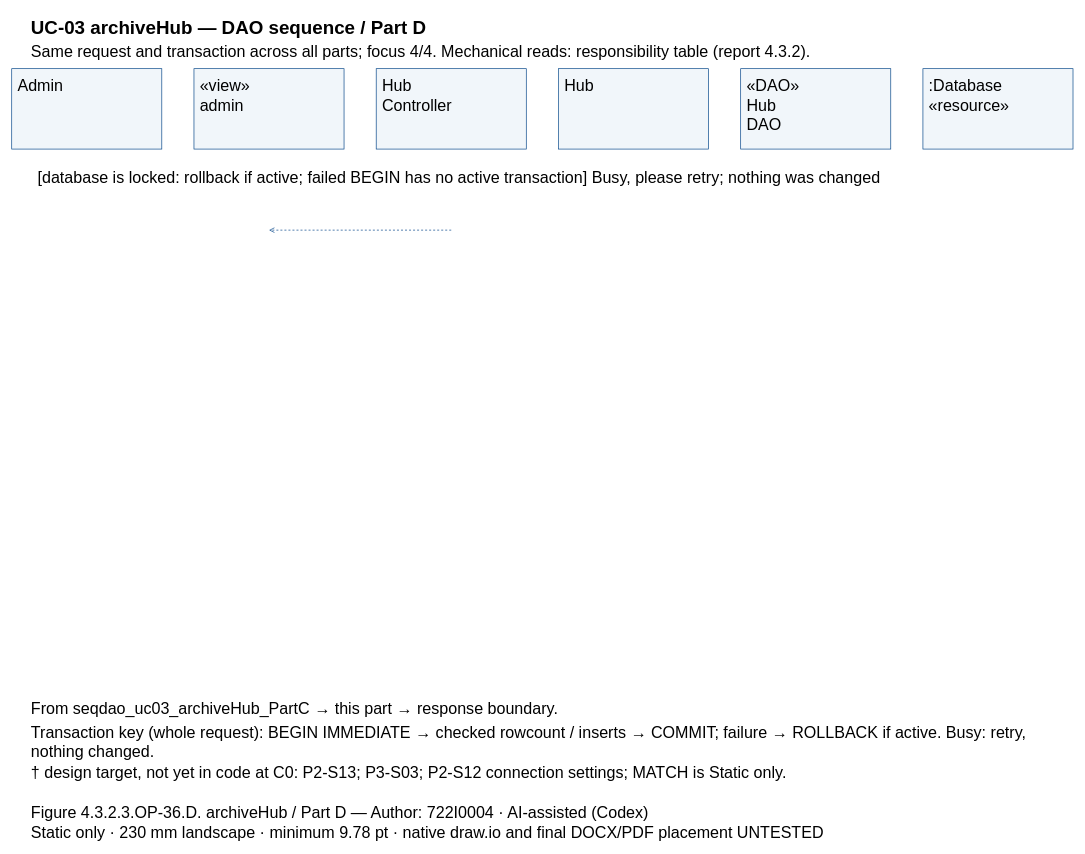
Above: models/UC-03/seqdao_uc03_archiveHub_PartD.drawio in Dat071104/SaigonBite (draw.io), before the change. Source tidied: cells renumbered, new cells numbered last; positions are measured from the earlier drawing's top-left corner, leaving out a move shared by most shapes. Both pictures are drawn from the tidied source at 67%, with x=0, y=0 at pixel (11, 11).
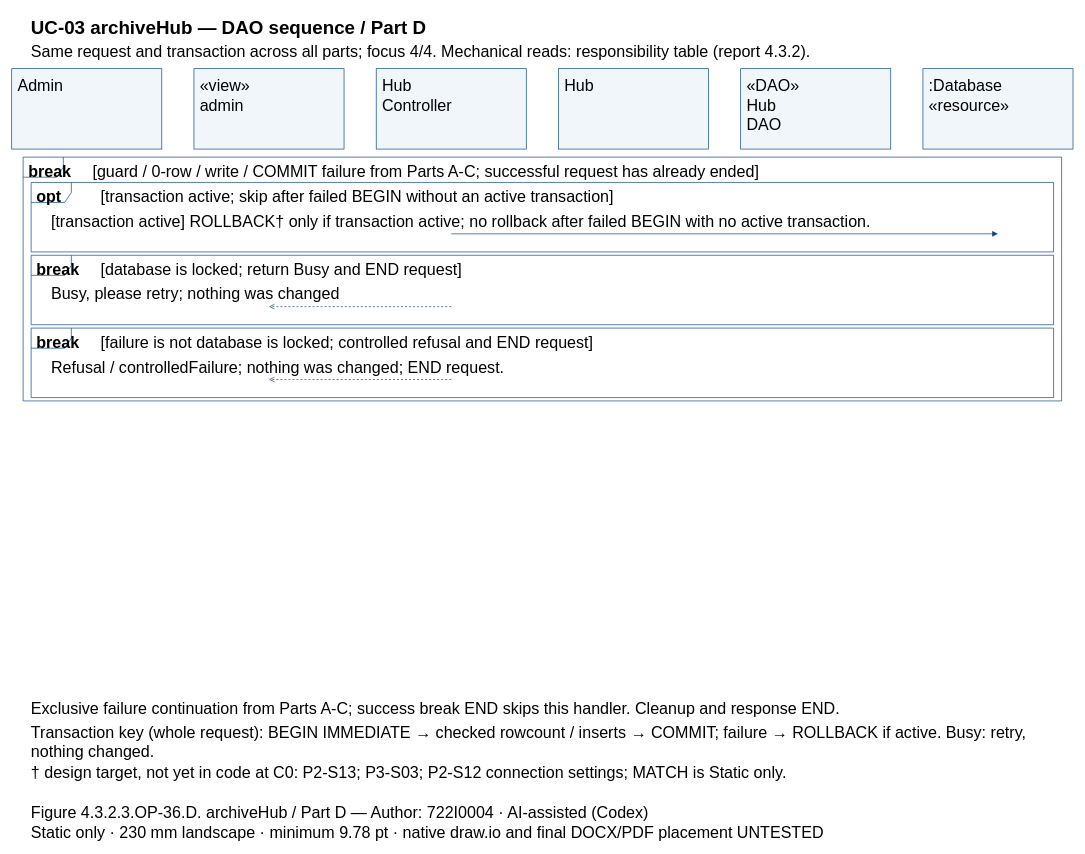
After the change.

The edit, as a diff of the source:
```diff
@@
+    <mxCell id="25" style="shape=umlFrame;fillColor=none;strokeColor=#004387;" parent="1" vertex="1">
+      <mxGeometry x="17" y="217" width="1550" height="363.9" as="geometry" />
+    </mxCell>
+    <mxCell id="26" style="shape=umlFrame;fillColor=none;strokeColor=#004387;" parent="1" vertex="1">
+      <mxGeometry x="29" y="254.8" width="1526" height="103.7" as="geometry" />
+    </mxCell>
+    <mxCell id="27" style="shape=umlFrame;fillColor=none;strokeColor=#004387;" parent="1" vertex="1">
+      <mxGeometry x="29" y="363.5" width="1526" height="103.7" as="geometry" />
+    </mxCell>
+    <mxCell id="28" style="shape=umlFrame;fillColor=none;strokeColor=#004387;" parent="1" vertex="1">
+      <mxGeometry x="29" y="472.2" width="1526" height="103.7" as="geometry" />
+    </mxCell>
@@
-    <mxCell id="5" value="Admin" style="text;html=0;whiteSpace=wrap;align=left;verticalAlign=top;strokeColor=none;fillColor=none;fontFamily=Arial;fontSize=24;fontStyle=0;" parent="1" vertex="1">
-      <mxGeometry x="7" y="90" width="210" height="27.8" as="geometry" />
-    </mxCell>
+    <mxCell id="9" value="Admin" style="text;html=0;whiteSpace=wrap;align=left;verticalAlign=top;strokeColor=none;fillColor=none;fontFamily=Arial;fontSize=24;fontStyle=0;" parent="1" vertex="1">
+      <mxGeometry x="7" y="90" width="210" height="27.8" as="geometry" />
+    </mxCell>
@@
-    <mxCell id="7" value="«view»&#10;admin" style="text;html=0;whiteSpace=wrap;align=left;verticalAlign=top;strokeColor=none;fillColor=none;fontFamily=Arial;fontSize=24;fontStyle=0;" parent="1" vertex="1">
-      <mxGeometry x="279" y="90" width="210" height="55.7" as="geometry" />
-    </mxCell>
+    <mxCell id="11" value="«view»&#10;admin" style="text;html=0;whiteSpace=wrap;align=left;verticalAlign=top;strokeColor=none;fillColor=none;fontFamily=Arial;fontSize=24;fontStyle=0;" parent="1" vertex="1">
+      <mxGeometry x="279" y="90" width="210" height="55.7" as="geometry" />
+    </mxCell>
@@
-    <mxCell id="9" value="Hub&#10;Controller" style="text;html=0;whiteSpace=wrap;align=left;verticalAlign=top;strokeColor=none;fillColor=none;fontFamily=Arial;fontSize=24;fontStyle=0;" parent="1" vertex="1">
-      <mxGeometry x="551" y="90" width="210" height="55.7" as="geometry" />
-    </mxCell>
+    <mxCell id="13" value="Hub&#10;Controller" style="text;html=0;whiteSpace=wrap;align=left;verticalAlign=top;strokeColor=none;fillColor=none;fontFamily=Arial;fontSize=24;fontStyle=0;" parent="1" vertex="1">
+      <mxGeometry x="551" y="90" width="210" height="55.7" as="geometry" />
+    </mxCell>
@@
-    <mxCell id="11" value="Hub" style="text;html=0;whiteSpace=wrap;align=left;verticalAlign=top;strokeColor=none;fillColor=none;fontFamily=Arial;fontSize=24;fontStyle=0;" parent="1" vertex="1">
-      <mxGeometry x="823" y="90" width="210" height="27.8" as="geometry" />
-    </mxCell>
+    <mxCell id="15" value="Hub" style="text;html=0;whiteSpace=wrap;align=left;verticalAlign=top;strokeColor=none;fillColor=none;fontFamily=Arial;fontSize=24;fontStyle=0;" parent="1" vertex="1">
+      <mxGeometry x="823" y="90" width="210" height="27.8" as="geometry" />
+    </mxCell>
@@
-    <mxCell id="13" value="«DAO»&#10;Hub&#10;DAO" style="text;html=0;whiteSpace=wrap;align=left;verticalAlign=top;strokeColor=none;fillColor=none;fontFamily=Arial;fontSize=24;fontStyle=0;" parent="1" vertex="1">
-      <mxGeometry x="1095" y="90" width="210" height="83.5" as="geometry" />
-    </mxCell>
+    <mxCell id="29" value="«DAO»&#10;Hub&#10;DAO" style="text;html=0;whiteSpace=wrap;align=left;verticalAlign=top;strokeColor=none;fillColor=none;fontFamily=Arial;fontSize=24;fontStyle=0;" parent="1" vertex="1">
+      <mxGeometry x="1095" y="90" width="210" height="83.5" as="geometry" />
+    </mxCell>
@@
-    <mxCell id="15" value=":Database&#10;«resource»" style="text;html=0;whiteSpace=wrap;align=left;verticalAlign=top;strokeColor=none;fillColor=none;fontFamily=Arial;fontSize=24;fontStyle=0;" parent="1" vertex="1">
-      <mxGeometry x="1367" y="90" width="210" height="55.7" as="geometry" />
-    </mxCell>
-    <mxCell id="16" value="[database is locked: rollback if active; failed BEGIN has no active transaction] Busy, please retry; nothing was changed" style="text;html=0;whiteSpace=wrap;align=left;verticalAlign=top;strokeColor=none;fillColor=none;fontFamily=Arial;fontSize=24;fontStyle=0;" parent="1" vertex="1">
-      <mxGeometry x="37" y="227" width="1510" height="27.8" as="geometry" />
-    </mxCell>
+    <mxCell id="21" value=":Database&#10;«resource»" style="text;html=0;whiteSpace=wrap;align=left;verticalAlign=top;strokeColor=none;fillColor=none;fontFamily=Arial;fontSize=24;fontStyle=0;" parent="1" vertex="1">
+      <mxGeometry x="1367" y="90" width="210" height="55.7" as="geometry" />
+    </mxCell>
+    <mxCell id="30" value="break" style="text;html=0;whiteSpace=wrap;align=left;verticalAlign=top;strokeColor=none;fillColor=none;fontFamily=Arial;fontSize=24;fontStyle=1;" parent="1" vertex="1">
+      <mxGeometry x="23" y="218" width="84" height="27.8" as="geometry" />
+    </mxCell>
+    <mxCell id="31" value="[guard / 0-row / write / COMMIT failure from Parts A-C; successful request has already ended]" style="text;html=0;whiteSpace=wrap;align=left;verticalAlign=top;strokeColor=none;fillColor=none;fontFamily=Arial;fontSize=24;fontStyle=0;" parent="1" vertex="1">
+      <mxGeometry x="119" y="218" width="1438" height="27.8" as="geometry" />
+    </mxCell>
+    <mxCell id="32" value="opt" style="text;html=0;whiteSpace=wrap;align=left;verticalAlign=top;strokeColor=none;fillColor=none;fontFamily=Arial;fontSize=24;fontStyle=1;" parent="1" vertex="1">
+      <mxGeometry x="35" y="255.8" width="84" height="27.8" as="geometry" />
+    </mxCell>
+    <mxCell id="33" value="[transaction active; skip after failed BEGIN without an active transaction]" style="text;html=0;whiteSpace=wrap;align=left;verticalAlign=top;strokeColor=none;fillColor=none;fontFamily=Arial;fontSize=24;fontStyle=0;" parent="1" vertex="1">
+      <mxGeometry x="131" y="255.8" width="1414" height="27.8" as="geometry" />
+    </mxCell>
+    <mxCell id="34" value="break" style="text;html=0;whiteSpace=wrap;align=left;verticalAlign=top;strokeColor=none;fillColor=none;fontFamily=Arial;fontSize=24;fontStyle=1;" parent="1" vertex="1">
+      <mxGeometry x="35" y="364.5" width="84" height="27.8" as="geometry" />
+    </mxCell>
+    <mxCell id="35" value="[database is locked; return Busy and END request]" style="text;html=0;whiteSpace=wrap;align=left;verticalAlign=top;strokeColor=none;fillColor=none;fontFamily=Arial;fontSize=24;fontStyle=0;" parent="1" vertex="1">
+      <mxGeometry x="131" y="364.5" width="1414" height="27.8" as="geometry" />
+    </mxCell>
+    <mxCell id="36" value="break" style="text;html=0;whiteSpace=wrap;align=left;verticalAlign=top;strokeColor=none;fillColor=none;fontFamily=Arial;fontSize=24;fontStyle=1;" parent="1" vertex="1">
+      <mxGeometry x="35" y="473.2" width="84" height="27.8" as="geometry" />
+    </mxCell>
+    <mxCell id="37" value="[failure is not database is locked; controlled refusal and END request]" style="text;html=0;whiteSpace=wrap;align=left;verticalAlign=top;strokeColor=none;fillColor=none;fontFamily=Arial;fontSize=24;fontStyle=0;" parent="1" vertex="1">
+      <mxGeometry x="131" y="473.2" width="1414" height="27.8" as="geometry" />
+    </mxCell>
+    <mxCell id="38" value="[transaction active] ROLLBACK† only if transaction active; no rollback after failed BEGIN with no active transaction." style="text;html=0;whiteSpace=wrap;align=left;verticalAlign=top;strokeColor=none;fillColor=none;fontFamily=Arial;fontSize=24;fontStyle=0;" parent="1" vertex="1">
+      <mxGeometry x="57" y="292.7" width="1470" height="27.8" as="geometry" />
+    </mxCell>
     <mxCell id="17" style="opacity=0;" parent="1" vertex="1">
-      <mxGeometry x="656" y="326" as="geometry" />
+      <mxGeometry x="656" y="331.5" as="geometry" />
     </mxCell>
     <mxCell id="18" style="opacity=0;" parent="1" vertex="1">
-      <mxGeometry x="384" y="326" as="geometry" />
+      <mxGeometry x="1472" y="331.5" as="geometry" />
     </mxCell>
-    <mxCell id="19" style="edgeStyle=none;endArrow=open;strokeColor=#004387;dashed=1;exitX=0.5;entryX=0.5;exitPerimeter=0;entryPerimeter=0;" parent="1" edge="1" source="17" target="18">
+    <mxCell id="19" style="edgeStyle=none;endArrow=block;endFill=1;strokeColor=#004387;exitX=0.5;entryX=0.5;exitPerimeter=0;entryPerimeter=0;" parent="1" edge="1" source="17" target="18">
       <mxGeometry relative="1" as="geometry" />
     </mxCell>
-    <mxCell id="20" value="From seqdao_uc03_archiveHub_PartC → this part → response boundary." style="text;html=0;whiteSpace=wrap;align=left;verticalAlign=top;strokeColor=none;fillColor=none;fontFamily=Arial;fontSize=24;fontStyle=0;" parent="1" vertex="1">
-      <mxGeometry x="27" y="1020" width="1530" height="27.8" as="geometry" />
-    </mxCell>
-    <mxCell id="21" value="Transaction key (whole request): BEGIN IMMEDIATE → checked rowcount / inserts → COMMIT; failure → ROLLBACK if active. Busy: retry,&#10;nothing changed." style="text;html=0;whiteSpace=wrap;align=left;verticalAlign=top;strokeColor=none;fillColor=none;fontFamily=Arial;fontSize=24;fontStyle=0;" parent="1" vertex="1">
-      <mxGeometry x="27" y="1055" width="1530" height="55.7" as="geometry" />
-    </mxCell>
+    <mxCell id="39" value="Busy, please retry; nothing was changed" style="text;html=0;whiteSpace=wrap;align=left;verticalAlign=top;strokeColor=none;fillColor=none;fontFamily=Arial;fontSize=24;fontStyle=0;" parent="1" vertex="1">
+      <mxGeometry x="57" y="401.4" width="1470" height="27.8" as="geometry" />
+    </mxCell>
+    <mxCell id="40" style="opacity=0;" parent="1" vertex="1">
+      <mxGeometry x="656" y="440.2" as="geometry" />
+    </mxCell>
+    <mxCell id="41" style="opacity=0;" parent="1" vertex="1">
+      <mxGeometry x="384" y="440.2" as="geometry" />
+    </mxCell>
+    <mxCell id="42" style="edgeStyle=none;endArrow=open;endFill=0;strokeColor=#004387;dashed=1;exitX=0.5;entryX=0.5;exitPerimeter=0;entryPerimeter=0;" parent="1" edge="1" source="40" target="41">
+      <mxGeometry relative="1" as="geometry" />
+    </mxCell>
+    <mxCell id="43" value="Refusal / controlledFailure; nothing was changed; END request." style="text;html=0;whiteSpace=wrap;align=left;verticalAlign=top;strokeColor=none;fillColor=none;fontFamily=Arial;fontSize=24;fontStyle=0;" parent="1" vertex="1">
+      <mxGeometry x="57" y="510" width="1470" height="27.8" as="geometry" />
+    </mxCell>
+    <mxCell id="44" style="opacity=0;" parent="1" vertex="1">
+      <mxGeometry x="656" y="548.9" as="geometry" />
+    </mxCell>
+    <mxCell id="45" style="opacity=0;" parent="1" vertex="1">
+      <mxGeometry x="384" y="548.9" as="geometry" />
+    </mxCell>
+    <mxCell id="46" style="edgeStyle=none;endArrow=open;endFill=0;strokeColor=#004387;dashed=1;exitX=0.5;entryX=0.5;exitPerimeter=0;entryPerimeter=0;" parent="1" edge="1" source="44" target="45">
+      <mxGeometry relative="1" as="geometry" />
+    </mxCell>
+    <mxCell id="47" value="Exclusive failure continuation from Parts A-C; success break END skips this handler. Cleanup and response END." style="text;html=0;whiteSpace=wrap;align=left;verticalAlign=top;strokeColor=none;fillColor=none;fontFamily=Arial;fontSize=24;fontStyle=0;" parent="1" vertex="1">
+      <mxGeometry x="27" y="1020" width="1530" height="27.8" as="geometry" />
+    </mxCell>
+    <mxCell id="48" value="Transaction key (whole request): BEGIN IMMEDIATE → checked rowcount / inserts → COMMIT; failure → ROLLBACK if active. Busy: retry,&#10;nothing changed." style="text;html=0;whiteSpace=wrap;align=left;verticalAlign=top;strokeColor=none;fillColor=none;fontFamily=Arial;fontSize=24;fontStyle=0;" parent="1" vertex="1">
+      <mxGeometry x="27" y="1055" width="1530" height="55.7" as="geometry" />
+    </mxCell>
```
